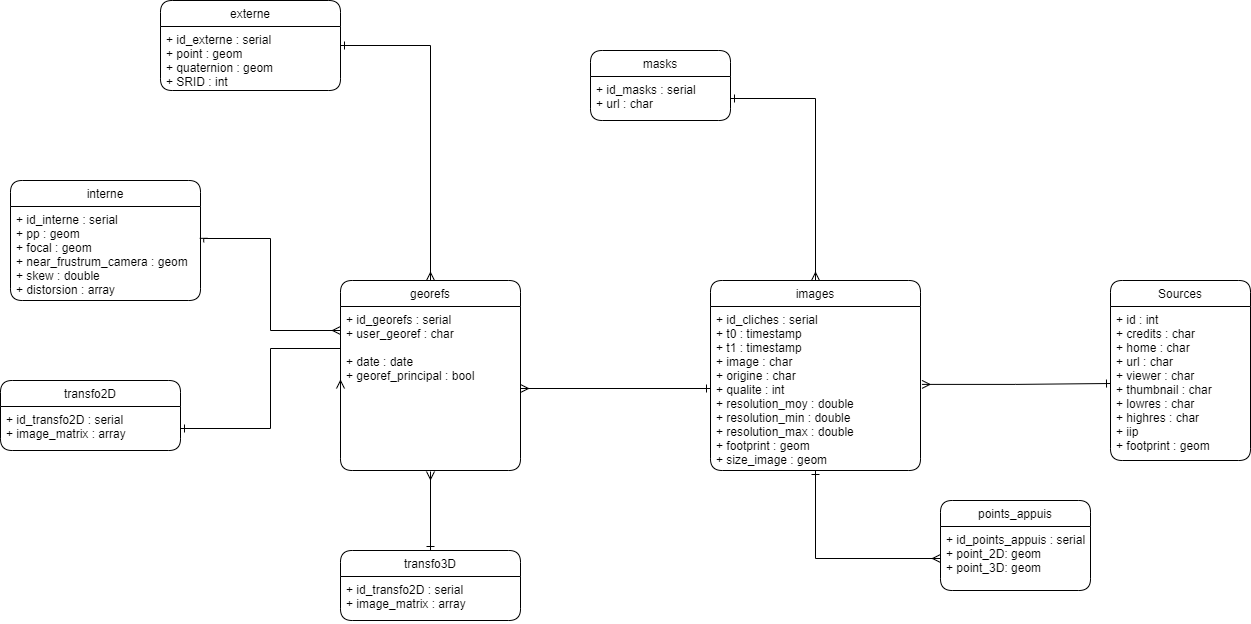
Above: BDD/diagrams/ModeleConceptuelAvance.png in ThomasDBM/AlegoriaDocker (draw.io), before the change. Source tidied: cells renumbered, new cells last; positions are measured from the earlier drawing's top-left corner, leaving out a move shared by most shapes.
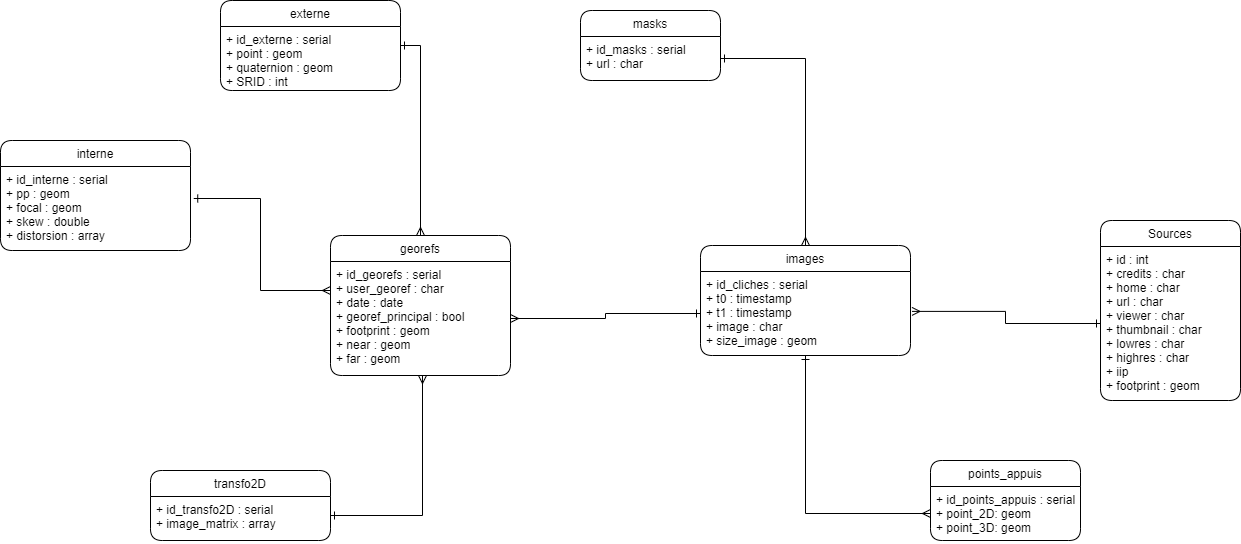
Above is the later version.

Commit message:
docs(diagrams): modify ModeleConcetuelAvance

Change to the diagram source:
```diff
@@ -9,10 +9,10 @@
       <mxGeometry relative="1" as="geometry" />
     </mxCell>
     <mxCell id="4" value="images" style="swimlane;fontStyle=0;horizontal=1;startSize=26;fillColor=none;rounded=1;" parent="1" vertex="1">
-      <mxGeometry x="710" y="280" width="210" height="190" as="geometry" />
+      <mxGeometry x="710" y="285" width="210" height="110" as="geometry" />
     </mxCell>
-    <mxCell id="5" value="+ id_cliches : serial&#10;+ t0 : timestamp&#10;+ t1 : timestamp&#10;+ image : char&#10;+ origine : char&#10;+ qualite : int&#10;+ resolution_moy : double&#10;+ resolution_min : double&#10;+ resolution_max : double&#10;+ footprint : geom&#10;+ size_image : geom&#10;" style="text;strokeColor=none;fillColor=none;align=left;verticalAlign=top;spacingLeft=4;spacingRight=4;overflow=hidden;points=[[0,0.5],[1,0.5]];portConstraint=eastwest;" parent="4" vertex="1">
-      <mxGeometry y="26" width="210" height="164" as="geometry" />
+    <mxCell id="5" value="+ id_cliches : serial&#10;+ t0 : timestamp&#10;+ t1 : timestamp&#10;+ image : char&#10;+ size_image : geom&#10;" style="text;strokeColor=none;fillColor=none;align=left;verticalAlign=top;spacingLeft=4;spacingRight=4;overflow=hidden;points=[[0,0.5],[1,0.5]];portConstraint=eastwest;" parent="4" vertex="1">
+      <mxGeometry y="26" width="210" height="84" as="geometry" />
     </mxCell>
     <mxCell id="6" value="masks" style="swimlane;fontStyle=0;horizontal=1;startSize=26;rounded=1;" parent="1" vertex="1">
       <mxGeometry x="590" y="50" width="140" height="70" as="geometry" />
@@ -21,22 +21,22 @@
       <mxGeometry y="26" width="140" height="44" as="geometry" />
     </mxCell>
     <mxCell id="8" value="georefs" style="swimlane;fontStyle=0;horizontal=1;startSize=26;fillColor=none;rounded=1;" parent="1" vertex="1">
-      <mxGeometry x="340" y="280" width="180" height="190" as="geometry" />
+      <mxGeometry x="340" y="275" width="180" height="140" as="geometry" />
     </mxCell>
-    <mxCell id="9" value="+ id_georefs : serial&#10;+ user_georef : char &#10;&#10;+ date : date&#10;+ georef_principal : bool&#10;&#10;&#10;" style="text;strokeColor=none;fillColor=none;align=left;verticalAlign=top;spacingLeft=4;spacingRight=4;overflow=hidden;points=[[0,0.5],[1,0.5]];portConstraint=eastwest;" parent="8" vertex="1">
-      <mxGeometry y="26" width="180" height="164" as="geometry" />
+    <mxCell id="9" value="+ id_georefs : serial&#10;+ user_georef : char &#10;+ date : date&#10;+ georef_principal : bool&#10;+ footprint : geom&#10;+ near : geom&#10;+ far : geom&#10;&#10;&#10;" style="text;strokeColor=none;fillColor=none;align=left;verticalAlign=top;spacingLeft=4;spacingRight=4;overflow=hidden;points=[[0,0.5],[1,0.5]];portConstraint=eastwest;" parent="8" vertex="1">
+      <mxGeometry y="26" width="180" height="114" as="geometry" />
     </mxCell>
     <mxCell id="10" value="points_appuis" style="swimlane;fontStyle=0;horizontal=1;startSize=26;fillColor=none;rounded=1;" parent="1" vertex="1">
-      <mxGeometry x="940" y="500" width="150" height="90" as="geometry" />
+      <mxGeometry x="940" y="500" width="150" height="80" as="geometry" />
     </mxCell>
     <mxCell id="11" value="+ id_points_appuis : serial&#10;+ point_2D: geom&#10;+ point_3D: geom" style="text;strokeColor=none;fillColor=none;align=left;verticalAlign=top;spacingLeft=4;spacingRight=4;overflow=hidden;points=[[0,0.5],[1,0.5]];portConstraint=eastwest;" parent="10" vertex="1">
-      <mxGeometry y="26" width="150" height="64" as="geometry" />
+      <mxGeometry y="26" width="150" height="54" as="geometry" />
     </mxCell>
     <mxCell id="12" style="edgeStyle=orthogonalEdgeStyle;rounded=0;jettySize=auto;html=1;startArrow=ERmany;startFill=0;endArrow=ERone;endFill=0;exitX=0.5;exitY=0;exitDx=0;exitDy=0;entryX=1;entryY=0.5;entryDx=0;entryDy=0;" parent="1" edge="1" source="8" target="21">
       <mxGeometry relative="1" as="geometry" />
     </mxCell>
     <mxCell id="13" value="Sources" style="swimlane;fontStyle=0;horizontal=1;startSize=26;fillColor=none;rounded=1;" parent="1" vertex="1">
-      <mxGeometry x="1110" y="280" width="140" height="180" as="geometry" />
+      <mxGeometry x="1110" y="260" width="140" height="180" as="geometry" />
     </mxCell>
     <mxCell id="14" value="+ id : int&#10;+ credits : char&#10;+ home : char&#10;+ url : char&#10;+ viewer : char&#10;+ thumbnail : char&#10;+ lowres : char&#10;+ highres : char&#10;+ iip&#10;+ footprint : geom&#10;" style="text;strokeColor=none;fillColor=none;align=left;verticalAlign=top;spacingLeft=4;spacingRight=4;overflow=hidden;points=[[0,0.5],[1,0.5]];portConstraint=eastwest;" parent="13" vertex="1">
       <mxGeometry y="26" width="140" height="154" as="geometry" />
@@ -48,28 +48,22 @@
       <mxGeometry relative="1" as="geometry" />
     </mxCell>
     <mxCell id="17" value="transfo2D" style="swimlane;fontStyle=0;horizontal=1;startSize=26;fillColor=none;rounded=1;" parent="1" vertex="1">
-      <mxGeometry y="380" width="180" height="70" as="geometry" />
+      <mxGeometry x="160" y="510" width="180" height="70" as="geometry" />
     </mxCell>
     <mxCell id="18" value="+ id_transfo2D : serial&#10;+ image_matrix : array&#10;" style="text;strokeColor=none;fillColor=none;align=left;verticalAlign=top;spacingLeft=4;spacingRight=4;overflow=hidden;points=[[0,0.5],[1,0.5]];portConstraint=eastwest;" parent="17" vertex="1">
       <mxGeometry y="26" width="180" height="44" as="geometry" />
     </mxCell>
-    <mxCell id="19" value="transfo3D" style="swimlane;fontStyle=0;horizontal=1;startSize=26;fillColor=none;rounded=1;" parent="1" vertex="1">
-      <mxGeometry x="340" y="550" width="180" height="70" as="geometry" />
-    </mxCell>
-    <mxCell id="20" value="+ id_transfo2D : serial&#10;+ image_matrix : array&#10;" style="text;strokeColor=none;fillColor=none;align=left;verticalAlign=top;spacingLeft=4;spacingRight=4;overflow=hidden;" parent="19" vertex="1">
-      <mxGeometry y="26" width="180" height="44" as="geometry" />
-    </mxCell>
     <mxCell id="21" value="externe" style="swimlane;fontStyle=0;horizontal=1;startSize=26;fillColor=none;rounded=1;" parent="1" vertex="1">
-      <mxGeometry x="160" width="180" height="90" as="geometry" />
+      <mxGeometry x="230" y="40" width="180" height="90" as="geometry" />
     </mxCell>
     <mxCell id="22" value="+ id_externe : serial&#10;+ point : geom&#10;+ quaternion : geom&#10;+ SRID : int" style="text;strokeColor=none;fillColor=none;align=left;verticalAlign=top;spacingLeft=4;spacingRight=4;overflow=hidden;" parent="21" vertex="1">
       <mxGeometry y="26" width="180" height="64" as="geometry" />
     </mxCell>
     <mxCell id="23" value="interne" style="swimlane;fontStyle=0;horizontal=1;startSize=26;fillColor=none;rounded=1;" parent="1" vertex="1">
-      <mxGeometry x="10" y="180" width="190" height="120" as="geometry" />
+      <mxGeometry x="10" y="180" width="190" height="110" as="geometry" />
     </mxCell>
-    <mxCell id="24" value="+ id_interne : serial&#10;+ pp : geom&#10;+ focal : geom&#10;+ near_frustrum_camera : geom&#10;+ skew : double&#10;+ distorsion : array" style="text;strokeColor=none;fillColor=none;align=left;verticalAlign=top;spacingLeft=4;spacingRight=4;overflow=hidden;points=[[0,0.5],[1,0.5]];portConstraint=eastwest;" parent="23" vertex="1">
-      <mxGeometry y="26" width="190" height="94" as="geometry" />
+    <mxCell id="24" value="+ id_interne : serial&#10;+ pp : geom&#10;+ focal : geom&#10;+ skew : double&#10;+ distorsion : array" style="text;strokeColor=none;fillColor=none;align=left;verticalAlign=top;spacingLeft=4;spacingRight=4;overflow=hidden;points=[[0,0.5],[1,0.5]];portConstraint=eastwest;" parent="23" vertex="1">
+      <mxGeometry y="26" width="190" height="84" as="geometry" />
     </mxCell>
     <mxCell id="25" style="edgeStyle=orthogonalEdgeStyle;rounded=0;jettySize=auto;html=1;startArrow=ERmany;startFill=0;endArrow=ERone;endFill=0;exitX=0.5;exitY=0;exitDx=0;exitDy=0;entryX=1.017;entryY=0.381;entryDx=0;entryDy=0;entryPerimeter=0;" parent="1" edge="1" target="24">
       <mxGeometry relative="1" as="geometry">
@@ -80,16 +74,12 @@
         </Array>
       </mxGeometry>
     </mxCell>
-    <mxCell id="26" style="edgeStyle=orthogonalEdgeStyle;rounded=0;jettySize=auto;html=1;startArrow=ERmany;startFill=0;endArrow=ERone;endFill=0;exitX=0;exitY=0.5;exitDx=0;exitDy=0;entryX=1;entryY=0.5;entryDx=0;entryDy=0;" parent="1" edge="1" source="9" target="18">
+    <mxCell id="26" style="edgeStyle=orthogonalEdgeStyle;rounded=0;jettySize=auto;html=1;startArrow=ERmany;startFill=0;endArrow=ERone;endFill=0;" parent="1" edge="1" source="9" target="17">
       <mxGeometry relative="1" as="geometry">
         <Array as="points">
-          <mxPoint x="270" y="348" />
-          <mxPoint x="270" y="428" />
+          <mxPoint x="432" y="555" />
         </Array>
       </mxGeometry>
     </mxCell>
-    <mxCell id="27" style="edgeStyle=orthogonalEdgeStyle;rounded=0;jettySize=auto;html=1;startArrow=ERmany;startFill=0;endArrow=ERone;endFill=0;exitX=0.5;exitY=1.006;exitDx=0;exitDy=0;exitPerimeter=0;entryX=0.5;entryY=0;entryDx=0;entryDy=0;" parent="1" edge="1" source="9" target="19">
-      <mxGeometry relative="1" as="geometry" />
-    </mxCell>
   </root>
 </mxGraphModel>
```
